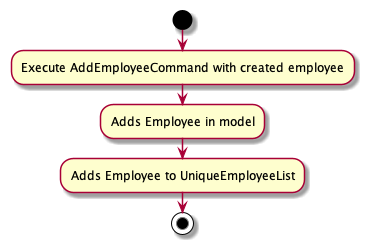
This is docs/images/AddEmployeeCommandActivityDiagram.png from nus-cs2103-AY2122S1/tp, a PlantUML export, as it was before one commit.
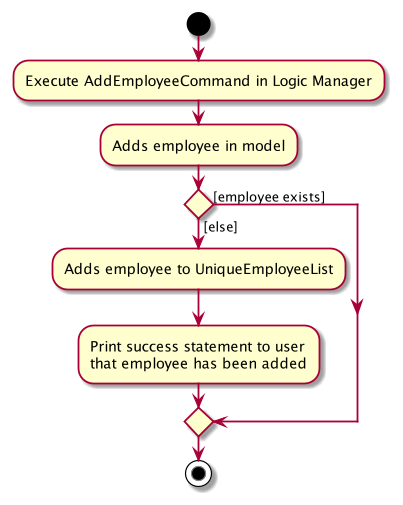
The same file after the commit.

Commit message:
Improve Diagrams and format

Diff of the diagram source:
```diff
@@ -1,9 +1,14 @@
 @startuml
 
 start
-:Execute AddEmployeeCommand with created employee;
-:Adds Employee in model;
-:Adds Employee to UniqueEmployeeList;
+:Execute AddEmployeeCommand in Logic Manager;
+:Adds employee in model;
+if () then ([employee exists])
+else ([else])
+:Adds employee to UniqueEmployeeList;
+:Print success statement to user
+that employee has been added;
+endif
 stop
 
 @enduml
```
